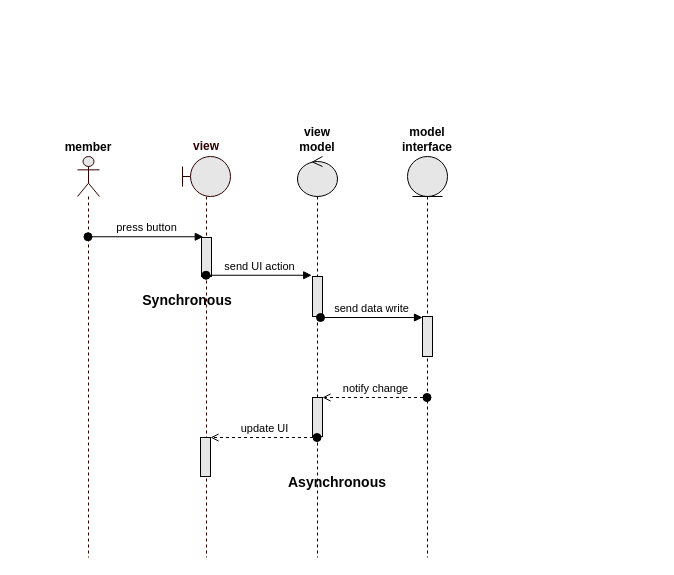
Above: page "ADR MVVM pattern" (3 of 5) of Solution/Interaction Manager/Community Connector - Interaction Manager - Sequence Diagram.drawio in ITDependsQ42022/Hey-Blue (draw.io), before the change. Source tidied: cells renumbered, new cells numbered last; positions are measured from the earlier drawing's top-left corner, leaving out a move shared by most shapes. Both pictures are drawn from the tidied source at 100%, with x=0, y=0 at pixel (77, 156).
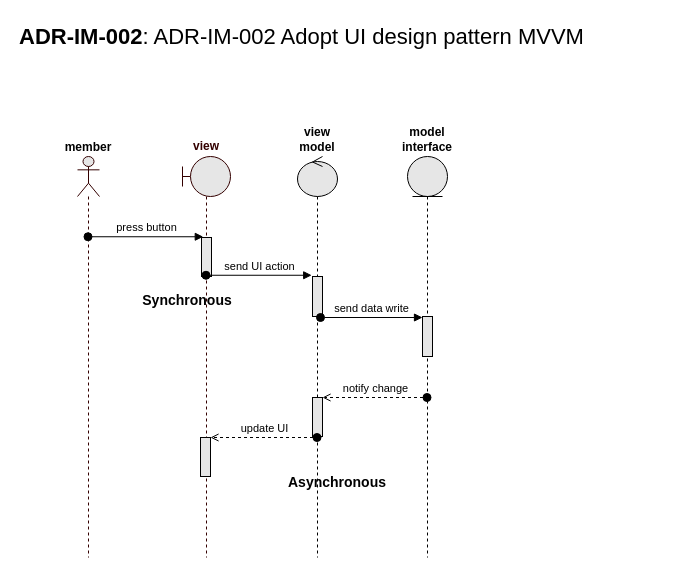
Above is the later version.

Diff of the diagram source:
```diff
@@
 <mxGraphModel>
   <root>
     <mxCell id="0" />
     <mxCell id="1" parent="0" />
     <mxCell id="2" value="member" style="shape=umlLifeline;participant=umlActor;perimeter=lifelinePerimeter;whiteSpace=wrap;html=1;verticalAlign=bottom;spacingTop=36;outlineConnect=0;shadow=0;sketch=0;fontFamily=Helvetica;fontSize=12;fillColor=#E6E6E6;strokeColor=#330000;labelPosition=center;verticalLabelPosition=top;align=center;fontStyle=1;" parent="1" vertex="1">
       <mxGeometry width="22" height="401" as="geometry" />
     </mxCell>
     <mxCell id="3" value="&lt;font color=&quot;#330000&quot;&gt;&lt;span style=&quot;font-size: 12px;&quot;&gt;&lt;b&gt;view&lt;/b&gt;&lt;/span&gt;&lt;/font&gt;" style="shape=umlLifeline;participant=umlBoundary;perimeter=lifelinePerimeter;whiteSpace=wrap;html=1;verticalAlign=bottom;spacingTop=36;outlineConnect=0;strokeColor=#330000;fontSize=16;fontColor=#990000;fillColor=#E6E6E6;size=40;horizontal=1;labelPosition=center;verticalLabelPosition=top;align=center;" parent="1" vertex="1">
       <mxGeometry x="105" width="48" height="401" as="geometry" />
     </mxCell>
     <mxCell id="4" style="html=1;points=[];perimeter=orthogonalPerimeter;fillColor=#E6E6E6;" parent="3" vertex="1">
       <mxGeometry x="19" y="81" width="10" height="39" as="geometry" />
     </mxCell>
     <mxCell id="5" style="html=1;points=[];perimeter=orthogonalPerimeter;fillColor=#E6E6E6;" parent="3" vertex="1">
       <mxGeometry x="18" y="281" width="10" height="39" as="geometry" />
     </mxCell>
     <mxCell id="6" value="view model" style="shape=umlLifeline;participant=umlControl;perimeter=lifelinePerimeter;whiteSpace=wrap;html=1;verticalAlign=bottom;spacingTop=36;outlineConnect=0;size=40;fillColor=#E6E6E6;labelPosition=center;verticalLabelPosition=top;align=center;fontStyle=1;" parent="1" vertex="1">
       <mxGeometry x="220" width="40" height="401" as="geometry" />
     </mxCell>
     <mxCell id="7" style="html=1;points=[];perimeter=orthogonalPerimeter;fillColor=#E6E6E6;" parent="6" vertex="1">
       <mxGeometry x="15" y="120" width="10" height="40" as="geometry" />
     </mxCell>
     <mxCell id="8" style="html=1;points=[];perimeter=orthogonalPerimeter;fillColor=#E6E6E6;" parent="6" vertex="1">
       <mxGeometry x="15" y="241" width="10" height="39" as="geometry" />
     </mxCell>
     <mxCell id="9" value="press button" style="html=1;verticalAlign=bottom;startArrow=oval;endArrow=block;startSize=8;rounded=0;entryX=0.178;entryY=-0.019;entryDx=0;entryDy=0;entryPerimeter=0;" parent="1" edge="1" source="2" target="4">
       <mxGeometry relative="1" as="geometry" />
     </mxCell>
     <mxCell id="10" value="&lt;b&gt;model interface&lt;/b&gt;" style="shape=umlLifeline;participant=umlEntity;perimeter=lifelinePerimeter;whiteSpace=wrap;html=1;verticalAlign=bottom;spacingTop=36;outlineConnect=0;fillColor=#E6E6E6;labelPosition=center;verticalLabelPosition=top;align=center;" parent="1" vertex="1">
       <mxGeometry x="330" width="40" height="401" as="geometry" />
     </mxCell>
     <mxCell id="11" style="html=1;points=[];perimeter=orthogonalPerimeter;fillColor=#E6E6E6;" parent="10" vertex="1">
       <mxGeometry x="15" y="160" width="10" height="40" as="geometry" />
     </mxCell>
     <mxCell id="12" value="send UI action" style="html=1;verticalAlign=bottom;startArrow=oval;endArrow=block;startSize=8;rounded=0;entryX=-0.08;entryY=-0.031;entryDx=0;entryDy=0;entryPerimeter=0;" parent="1" edge="1" source="3" target="7">
       <mxGeometry relative="1" as="geometry" />
     </mxCell>
     <mxCell id="13" value="send data write" style="html=1;verticalAlign=bottom;startArrow=oval;endArrow=block;startSize=8;rounded=0;" parent="1" edge="1" target="11">
       <mxGeometry relative="1" as="geometry">
         <mxPoint x="243" y="161" as="sourcePoint" />
       </mxGeometry>
     </mxCell>
     <mxCell id="14" value="notify change" style="html=1;verticalAlign=bottom;startArrow=oval;endArrow=open;startSize=8;rounded=0;endFill=0;dashed=1;" parent="1" edge="1" source="10" target="8">
       <mxGeometry relative="1" as="geometry" />
     </mxCell>
     <mxCell id="15" value="update UI" style="html=1;verticalAlign=bottom;startArrow=oval;endArrow=open;startSize=8;rounded=0;dashed=1;endFill=0;" parent="1" edge="1" source="6" target="5">
       <mxGeometry relative="1" as="geometry" />
     </mxCell>
     <mxCell id="16" value="&lt;b&gt;&lt;font style=&quot;font-size: 14px;&quot;&gt;Synchronous&lt;/font&gt;&lt;/b&gt;" style="text;html=1;strokeColor=none;fillColor=none;align=center;verticalAlign=middle;whiteSpace=wrap;rounded=0;" parent="1" vertex="1">
       <mxGeometry x="50" y="129" width="120" height="30" as="geometry" />
     </mxCell>
     <mxCell id="17" value="&lt;b&gt;&lt;font style=&quot;font-size: 14px;&quot;&gt;Asynchronous&lt;/font&gt;&lt;/b&gt;" style="text;html=1;strokeColor=none;fillColor=none;align=center;verticalAlign=middle;whiteSpace=wrap;rounded=0;" parent="1" vertex="1">
       <mxGeometry x="200" y="311" width="120" height="30" as="geometry" />
     </mxCell>
+    <mxCell id="18" value="&lt;b&gt;ADR-IM-002&lt;/b&gt;: ADR-IM-002 Adopt UI design pattern MVVM" style="text;html=1;strokeColor=none;fillColor=none;align=left;verticalAlign=top;whiteSpace=wrap;rounded=0;fontSize=22;" parent="1" vertex="1">
+      <mxGeometry x="-60" y="-139" width="640" height="80" as="geometry" />
+    </mxCell>
   </root>
 </mxGraphModel>
```
